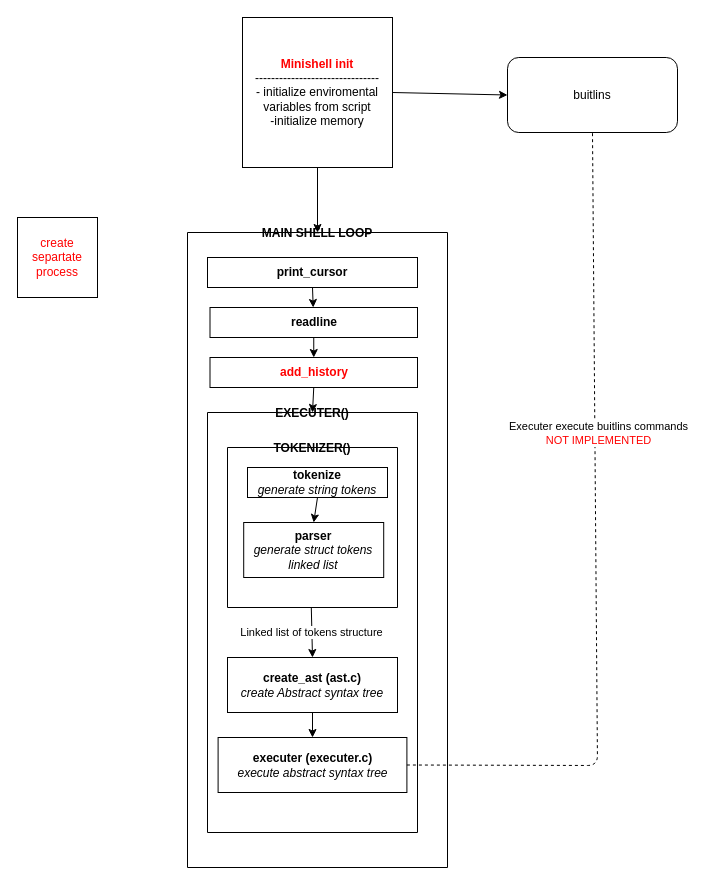
Above: minishell.drawio in vsinagl/minishell (draw.io), before the change. Source tidied: cells renumbered, new cells numbered last; positions are measured from the earlier drawing's top-left corner, leaving out a move shared by most shapes. Both pictures are drawn from the tidied source at 100%, with x=0, y=0 at pixel (17, 17).
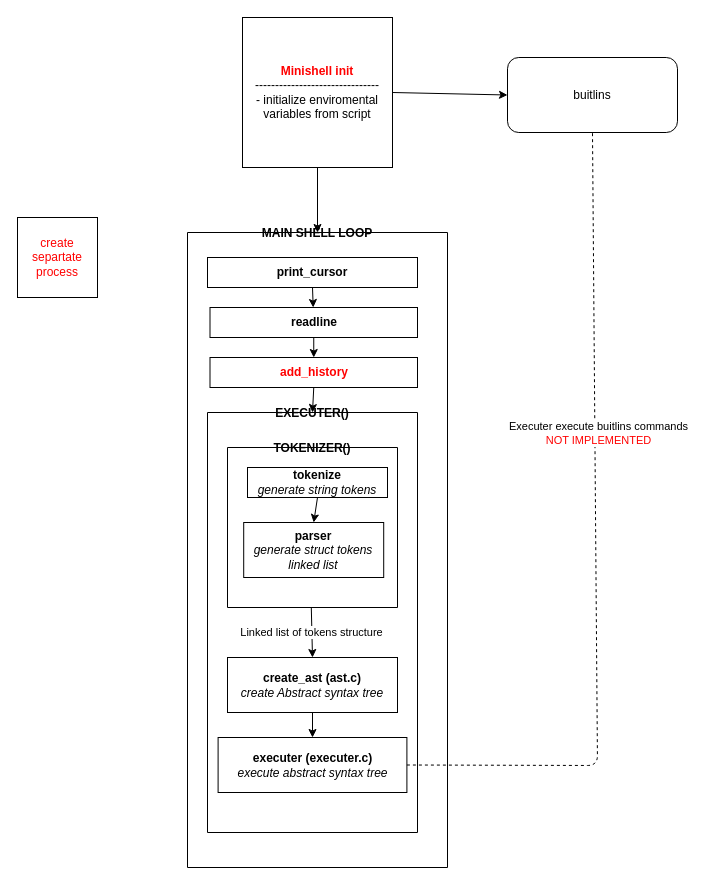
After the change.

What changed in the source:
```diff
@@
-    <mxCell id="4" value="&lt;b&gt;&lt;font color=&quot;#ff0000&quot;&gt;Minishell init&lt;br&gt;&lt;/font&gt;&lt;/b&gt;-------------------------------&lt;br&gt;- initialize enviromental variables from script&lt;br&gt;-initialize memory" style="whiteSpace=wrap;html=1;" parent="1" vertex="1">
+    <mxCell id="4" value="&lt;b&gt;&lt;font color=&quot;#ff0000&quot;&gt;Minishell init&lt;br&gt;&lt;/font&gt;&lt;/b&gt;-------------------------------&lt;br&gt;- initialize enviromental variables from script&lt;br&gt;" style="whiteSpace=wrap;html=1;" parent="1" vertex="1">
       <mxGeometry x="225" width="150" height="150" as="geometry" />
     </mxCell>
```
